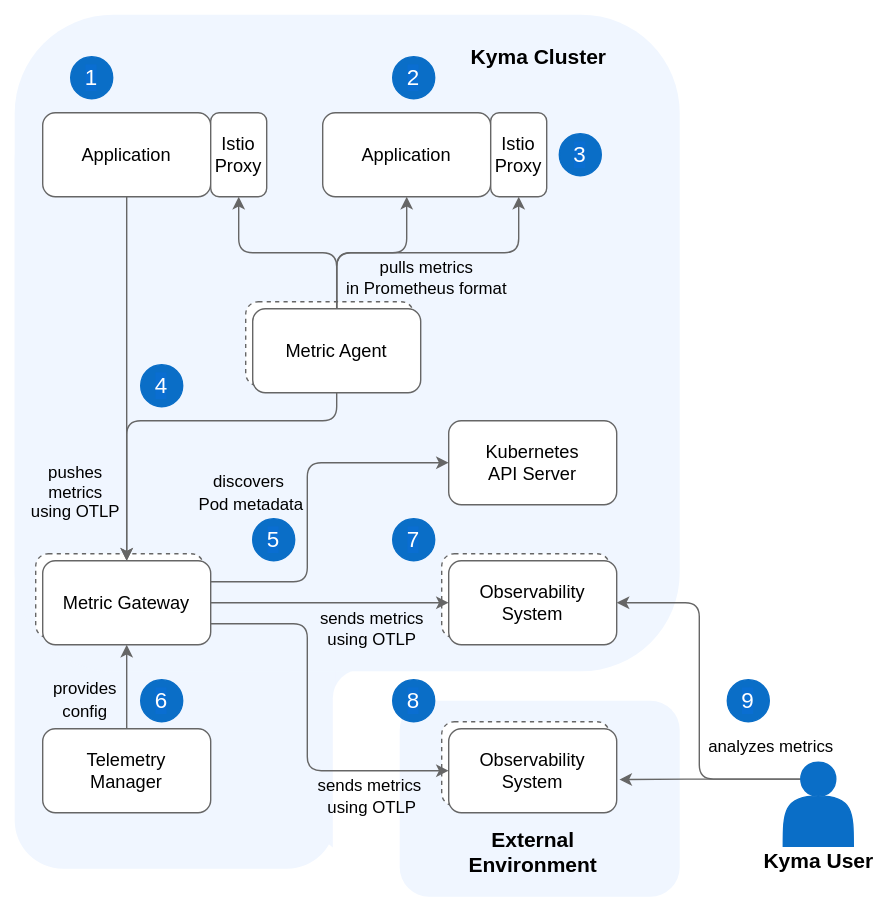
Above: docs/user/assets/metrics-arch.drawio.svg in kyma-project/telemetry-manager (draw.io), before the change. Source tidied: cells renumbered, new cells last; positions are measured from the earlier drawing's top-left corner, leaving out a move shared by most shapes.
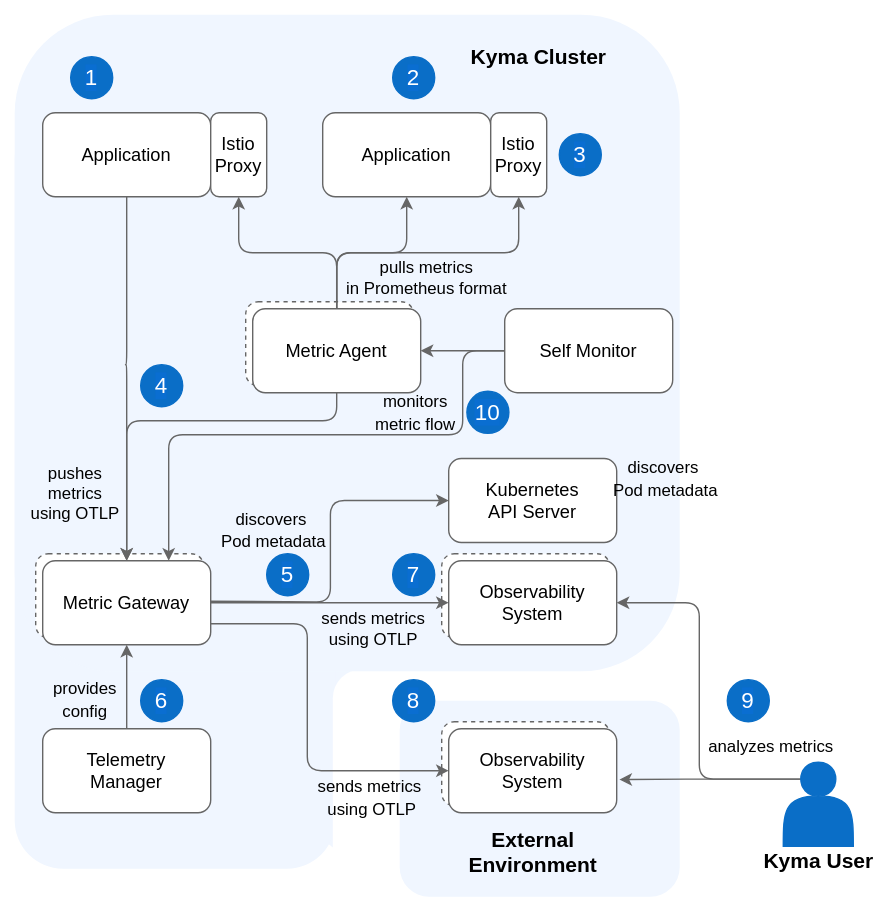
Above is the later version.

Commit message:
docs: Add self-monitor to architecture figures

Change to the diagram source:
```diff
@@ -17,17 +17,14 @@
     <mxCell id="6" style="rounded=1;whiteSpace=wrap;html=1;strokeColor=none;fillColor=#F0F6FF;" parent="1" vertex="1">
       <mxGeometry x="10" y="10" width="475" height="469" as="geometry" />
     </mxCell>
-    <mxCell id="7" style="edgeStyle=orthogonalEdgeStyle;rounded=1;jettySize=auto;html=1;startArrow=none;startFill=0;endArrow=classic;endFill=1;exitX=1;exitY=0.25;exitDx=0;exitDy=0;strokeColor=#666666;entryX=0;entryY=0.5;entryDx=0;entryDy=0;" parent="1" edge="1" source="45" target="11">
+    <mxCell id="7" style="edgeStyle=orthogonalEdgeStyle;rounded=1;jettySize=auto;html=1;startArrow=none;startFill=0;endArrow=classic;endFill=1;exitX=1;exitY=0.25;exitDx=0;exitDy=0;strokeColor=#666666;entryX=0;entryY=0.5;entryDx=0;entryDy=0;" parent="1" edge="1" target="11">
       <mxGeometry relative="1" as="geometry">
-        <Array as="points">
-          <mxPoint x="219" y="415" />
-          <mxPoint x="219" y="330" />
-        </Array>
+        <mxPoint x="150" y="429" as="sourcePoint" />
       </mxGeometry>
     </mxCell>
     <mxCell id="8" value="&lt;font style=&quot;font-size: 12px&quot;&gt;discovers&lt;br&gt;&amp;nbsp;Pod metadata&lt;/font&gt;" style="text;html=1;align=center;verticalAlign=middle;labelBackgroundColor=none;fontSize=13;" parent="7" vertex="1">
       <mxGeometry x="-0.24" y="2" relative="1" as="geometry">
-        <mxPoint x="-41" y="-37" as="offset" />
+        <mxPoint x="-41" y="-46" as="offset" />
       </mxGeometry>
     </mxCell>
     <mxCell id="9" style="edgeStyle=orthogonalEdgeStyle;rounded=1;jettySize=auto;html=1;startArrow=none;startFill=0;endArrow=classic;endFill=1;exitX=0.5;exitY=0;exitDx=0;exitDy=0;strokeColor=#666666;entryX=0.5;entryY=1;entryDx=0;entryDy=0;" parent="1" edge="1" source="13" target="45">
@@ -39,10 +36,10 @@
       </mxGeometry>
     </mxCell>
     <mxCell id="11" value="Kubernetes&lt;br style=&quot;font-size: 13px;&quot;&gt;API Server" style="rounded=1;whiteSpace=wrap;html=1;fontSize=13;strokeColor=#666666;" parent="1" vertex="1">
-      <mxGeometry x="320" y="300" width="120" height="60" as="geometry" />
+      <mxGeometry x="320" y="327" width="120" height="60" as="geometry" />
     </mxCell>
     <mxCell id="12" value="&lt;font style=&quot;font-size: 16px&quot;&gt;5&lt;/font&gt;" style="ellipse;whiteSpace=wrap;html=1;labelBackgroundColor=#0A6ED1;fontColor=#FFFFFF;fillColor=#0A6EC7;strokeColor=#0A6EC7;" parent="1" vertex="1">
-      <mxGeometry x="180" y="370" width="30" height="30" as="geometry" />
+      <mxGeometry x="190" y="395" width="30" height="30" as="geometry" />
     </mxCell>
     <mxCell id="13" value="Telemetry&lt;br style=&quot;font-size: 13px;&quot;&gt;Manager" style="rounded=1;whiteSpace=wrap;html=1;fontSize=13;strokeColor=#666666;" parent="1" vertex="1">
       <mxGeometry x="30" y="520" width="120" height="60" as="geometry" />
@@ -133,7 +130,7 @@
       <mxGeometry y="60" width="90" height="20" as="geometry" />
     </mxCell>
     <mxCell id="37" value="&lt;font style=&quot;font-size: 16px&quot;&gt;7&lt;/font&gt;" style="ellipse;whiteSpace=wrap;html=1;labelBackgroundColor=#0A6ED1;fontColor=#FFFFFF;fillColor=#0A6EC7;strokeColor=#0A6EC7;" parent="1" vertex="1">
-      <mxGeometry x="280" y="370" width="30" height="30" as="geometry" />
+      <mxGeometry x="280" y="395" width="30" height="30" as="geometry" />
     </mxCell>
     <mxCell id="38" value="&lt;font style=&quot;font-size: 16px&quot;&gt;2&lt;/font&gt;" style="ellipse;whiteSpace=wrap;html=1;labelBackgroundColor=#0A6ED1;fontColor=#FFFFFF;fillColor=#0A6EC7;strokeColor=#0A6EC7;" parent="1" vertex="1">
       <mxGeometry x="280" y="40" width="30" height="30" as="geometry" />
@@ -210,5 +207,33 @@
         </Array>
       </mxGeometry>
     </mxCell>
+    <mxCell id="54" value="Self Monitor" style="rounded=1;whiteSpace=wrap;html=1;fontSize=13;strokeColor=#666666;" parent="1" vertex="1">
+      <mxGeometry x="360" y="220" width="120" height="60" as="geometry" />
+    </mxCell>
+    <mxCell id="55" style="edgeStyle=orthogonalEdgeStyle;rounded=1;jettySize=auto;html=1;startArrow=none;startFill=0;endArrow=classic;endFill=1;exitX=0;exitY=0.5;exitDx=0;exitDy=0;strokeColor=#666666;entryX=0.75;entryY=0;entryDx=0;entryDy=0;" parent="1" edge="1" source="54" target="45">
+      <mxGeometry relative="1" as="geometry">
+        <Array as="points">
+          <mxPoint x="330" y="250" />
+          <mxPoint x="330" y="310" />
+          <mxPoint x="120" y="310" />
+        </Array>
+      </mxGeometry>
+    </mxCell>
+    <mxCell id="56" value="&lt;font style=&quot;font-size: 12px&quot;&gt;discovers&lt;br&gt;&amp;nbsp;Pod metadata&lt;/font&gt;" style="text;html=1;align=center;verticalAlign=middle;labelBackgroundColor=none;fontSize=13;" parent="55" vertex="1">
+      <mxGeometry x="-0.24" y="2" relative="1" as="geometry">
+        <mxPoint x="201" y="28" as="offset" />
+      </mxGeometry>
+    </mxCell>
+    <mxCell id="57" style="edgeStyle=orthogonalEdgeStyle;rounded=1;jettySize=auto;html=1;startArrow=none;startFill=0;endArrow=classic;endFill=1;strokeColor=#666666;entryX=1;entryY=0.5;entryDx=0;entryDy=0;exitX=0;exitY=0.5;exitDx=0;exitDy=0;" parent="1" edge="1" source="54" target="47">
+      <mxGeometry relative="1" as="geometry" />
+    </mxCell>
+    <mxCell id="58" value="&lt;span style=&quot;font-size: 12px;&quot;&gt;monitors&lt;/span&gt;&lt;div&gt;&lt;span style=&quot;font-size: 12px;&quot;&gt;metric flow&lt;/span&gt;&lt;/div&gt;" style="text;html=1;align=center;verticalAlign=middle;labelBackgroundColor=none;fontSize=13;" parent="57" vertex="1">
+      <mxGeometry x="-0.24" y="2" relative="1" as="geometry">
+        <mxPoint x="-42" y="41" as="offset" />
+      </mxGeometry>
+    </mxCell>
+    <mxCell id="59" value="&lt;font style=&quot;font-size: 16px&quot;&gt;10&lt;/font&gt;" style="ellipse;whiteSpace=wrap;html=1;labelBackgroundColor=#0A6ED1;fontColor=#FFFFFF;fillColor=#0A6EC7;strokeColor=#0A6EC7;" parent="1" vertex="1">
+      <mxGeometry x="333" y="279" width="30" height="30" as="geometry" />
+    </mxCell>
   </root>
 </mxGraphModel>
```
